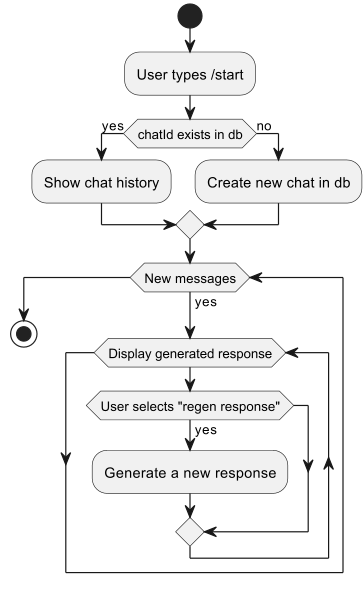
The PlantUML diagram docs/interaction.png in Seniuk-Vi/SpringTelegramAI, before a commit. Its source is kept beside it as docs/interaction.puml. The source it was exported from:
```plantuml
@startuml

start

:User types /start;


if (chatId exists in db) then (yes)
  :Show chat history;
else (no)
  :Create new chat in db;
endif

while (New messages) is (yes)
  while (Display generated response)
    if (User selects "regen response") then (yes)
      :Generate a new response;
    endif
  endwhile
endwhile

stop

@enduml
```
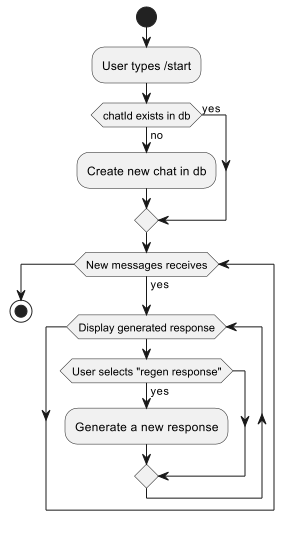
Above is the later version.

Commit message:
Implement admin console

Diff of the diagram source:
```diff
@@ -6,12 +6,11 @@
 
 
 if (chatId exists in db) then (yes)
-  :Show chat history;
 else (no)
   :Create new chat in db;
 endif
 
-while (New messages) is (yes)
+while (New messages receives) is (yes)
   while (Display generated response)
     if (User selects "regen response") then (yes)
       :Generate a new response;
```
